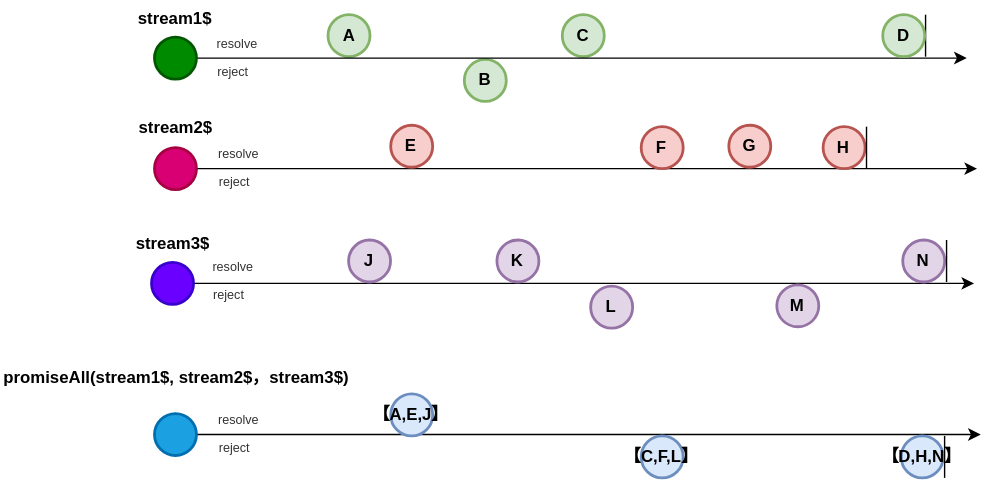
The draw.io diagram docs/public/promiseAll.drawio.svg in fluthjs/fluth-doc, before a commit. Source tidied: cells renumbered, new cells last; positions are measured from the earlier drawing's top-left corner, leaving out a move shared by most shapes. Source of this version:
```xml
<mxGraphModel>
  <root>
    <mxCell id="0" />
    <mxCell id="1" parent="0" />
    <mxCell id="2" style="edgeStyle=orthogonalEdgeStyle;rounded=0;jettySize=auto;html=1;exitX=1;exitY=0.5;exitDx=0;exitDy=0;" parent="1" edge="1" source="5">
      <mxGeometry relative="1" as="geometry">
        <mxPoint x="697.4" y="120" as="targetPoint" />
        <Array as="points">
          <mxPoint x="149.4" y="120" />
        </Array>
      </mxGeometry>
    </mxCell>
    <mxCell id="3" value="&lt;b&gt;stream1$&lt;/b&gt;" style="text;html=1;align=center;verticalAlign=middle;whiteSpace=wrap;rounded=0;" parent="1" vertex="1">
      <mxGeometry x="42.1" width="165" height="26" as="geometry" />
    </mxCell>
    <mxCell id="4" value="&lt;b&gt;stream2$&lt;/b&gt;" style="text;html=1;align=center;verticalAlign=middle;whiteSpace=wrap;rounded=0;" parent="1" vertex="1">
      <mxGeometry x="49.6" y="78" width="150" height="26" as="geometry" />
    </mxCell>
    <mxCell id="5" style="ellipse;whiteSpace=wrap;html=1;strokeWidth=2;fontStyle=1;fillColor=#d80073;fontColor=#ffffff;strokeColor=#A50040;" parent="1" vertex="1">
      <mxGeometry x="109.6" y="105" width="30" height="30" as="geometry" />
    </mxCell>
    <mxCell id="6" value="A" style="ellipse;whiteSpace=wrap;html=1;strokeWidth=2;fontStyle=1;fillColor=#d5e8d4;strokeColor=#82b366;" parent="1" vertex="1">
      <mxGeometry x="233.6" y="10" width="30" height="30" as="geometry" />
    </mxCell>
    <mxCell id="7" value="B" style="ellipse;whiteSpace=wrap;html=1;strokeWidth=2;fontStyle=1;fillColor=#d5e8d4;strokeColor=#82b366;" parent="1" vertex="1">
      <mxGeometry x="331" y="42" width="30" height="30" as="geometry" />
    </mxCell>
    <mxCell id="8" value="C" style="ellipse;whiteSpace=wrap;html=1;strokeWidth=2;fontStyle=1;fillColor=#d5e8d4;strokeColor=#82b366;" parent="1" vertex="1">
      <mxGeometry x="401" y="10" width="30" height="30" as="geometry" />
    </mxCell>
    <mxCell id="9" value="E" style="ellipse;whiteSpace=wrap;html=1;strokeWidth=2;fontStyle=1;fillColor=#f8cecc;strokeColor=#b85450;" parent="1" vertex="1">
      <mxGeometry x="278.4" y="89" width="30" height="30" as="geometry" />
    </mxCell>
    <mxCell id="10" value="F" style="ellipse;whiteSpace=wrap;html=1;strokeWidth=2;fontStyle=1;fillColor=#f8cecc;strokeColor=#b85450;" parent="1" vertex="1">
      <mxGeometry x="457.4" y="90" width="30" height="30" as="geometry" />
    </mxCell>
    <mxCell id="11" value="H" style="ellipse;whiteSpace=wrap;html=1;strokeWidth=2;fontStyle=1;fillColor=#f8cecc;strokeColor=#b85450;" parent="1" vertex="1">
      <mxGeometry x="587.4" y="90" width="30" height="30" as="geometry" />
    </mxCell>
    <mxCell id="12" style="endArrow=none;html=1;rounded=0;strokeWidth=1;" parent="1" edge="1">
      <mxGeometry relative="1" as="geometry">
        <mxPoint x="660.6" y="40" as="sourcePoint" />
        <mxPoint x="660.6" y="10" as="targetPoint" />
      </mxGeometry>
    </mxCell>
    <mxCell id="13" style="endArrow=none;html=1;rounded=0;strokeWidth=1;" parent="1" edge="1">
      <mxGeometry relative="1" as="geometry">
        <mxPoint x="618.4" y="120" as="sourcePoint" />
        <mxPoint x="618.4" y="90" as="targetPoint" />
      </mxGeometry>
    </mxCell>
    <mxCell id="14" value="promiseAll(stream1$, stream2$，stream3$)" style="text;whiteSpace=wrap;strokeWidth=1;fontStyle=1;" parent="1" vertex="1">
      <mxGeometry y="256" width="260" height="32" as="geometry" />
    </mxCell>
    <mxCell id="15" style="edgeStyle=orthogonalEdgeStyle;rounded=0;jettySize=auto;html=1;" parent="1" edge="1" source="16">
      <mxGeometry relative="1" as="geometry">
        <mxPoint x="700" y="310" as="targetPoint" />
      </mxGeometry>
    </mxCell>
    <mxCell id="16" style="ellipse;whiteSpace=wrap;html=1;strokeWidth=2;fontStyle=1;fillColor=#1ba1e2;fontColor=#ffffff;strokeColor=#006EAF;" parent="1" vertex="1">
      <mxGeometry x="109.6" y="295" width="30" height="30" as="geometry" />
    </mxCell>
    <mxCell id="17" value="&lt;span style=&quot;color: rgb(0, 0, 0);&quot;&gt;【A,E,J】&lt;/span&gt;" style="ellipse;whiteSpace=wrap;html=1;strokeWidth=2;fontStyle=1;fillColor=#dae8fc;strokeColor=#6c8ebf;" parent="1" vertex="1">
      <mxGeometry x="278.4" y="281" width="30" height="30" as="geometry" />
    </mxCell>
    <mxCell id="18" value="&lt;span style=&quot;color: rgb(0, 0, 0);&quot;&gt;【C,F,L】&lt;/span&gt;" style="ellipse;whiteSpace=wrap;html=1;strokeWidth=2;fontStyle=1;fillColor=#dae8fc;strokeColor=#6c8ebf;" parent="1" vertex="1">
      <mxGeometry x="457.4" y="311" width="30" height="30" as="geometry" />
    </mxCell>
    <mxCell id="19" value="&lt;span style=&quot;color: rgb(0, 0, 0);&quot;&gt;【D,H,N】&lt;/span&gt;" style="ellipse;whiteSpace=wrap;html=1;strokeWidth=2;fontStyle=1;fillColor=#dae8fc;strokeColor=#6c8ebf;" parent="1" vertex="1">
      <mxGeometry x="643.2" y="311" width="30" height="30" as="geometry" />
    </mxCell>
    <mxCell id="20" style="endArrow=none;html=1;rounded=0;strokeWidth=1;" parent="1" edge="1">
      <mxGeometry relative="1" as="geometry">
        <mxPoint x="674.2" y="341" as="sourcePoint" />
        <mxPoint x="674.2" y="311" as="targetPoint" />
      </mxGeometry>
    </mxCell>
    <mxCell id="21" value="resolve" style="text;html=1;align=center;verticalAlign=middle;whiteSpace=wrap;rounded=0;fontSize=9;fontColor=#333333;" parent="1" vertex="1">
      <mxGeometry x="138.8" y="16" width="60" height="30" as="geometry" />
    </mxCell>
    <mxCell id="22" value="reject" style="text;html=1;align=center;verticalAlign=middle;whiteSpace=wrap;rounded=0;fontSize=9;fontColor=#333333;" parent="1" vertex="1">
      <mxGeometry x="135.8" y="36" width="60" height="30" as="geometry" />
    </mxCell>
    <mxCell id="23" style="edgeStyle=orthogonalEdgeStyle;rounded=0;jettySize=auto;html=1;" parent="1" edge="1" source="24">
      <mxGeometry relative="1" as="geometry">
        <mxPoint x="690" y="41" as="targetPoint" />
      </mxGeometry>
    </mxCell>
    <mxCell id="24" style="ellipse;whiteSpace=wrap;html=1;strokeWidth=2;fontStyle=1;fillColor=#008a00;fontColor=#ffffff;strokeColor=#005700;" parent="1" vertex="1">
      <mxGeometry x="109.6" y="26" width="30" height="30" as="geometry" />
    </mxCell>
    <mxCell id="25" value="resolve" style="text;html=1;align=center;verticalAlign=middle;whiteSpace=wrap;rounded=0;fontSize=9;fontColor=#333333;" parent="1" vertex="1">
      <mxGeometry x="140.3" y="95" width="60" height="30" as="geometry" />
    </mxCell>
    <mxCell id="26" value="reject" style="text;html=1;align=center;verticalAlign=middle;whiteSpace=wrap;rounded=0;fontSize=9;fontColor=#333333;" parent="1" vertex="1">
      <mxGeometry x="137.3" y="115" width="60" height="30" as="geometry" />
    </mxCell>
    <mxCell id="27" value="resolve" style="text;html=1;align=center;verticalAlign=middle;whiteSpace=wrap;rounded=0;fontSize=9;fontColor=#333333;" parent="1" vertex="1">
      <mxGeometry x="140.3" y="285" width="60" height="30" as="geometry" />
    </mxCell>
    <mxCell id="28" value="reject" style="text;html=1;align=center;verticalAlign=middle;whiteSpace=wrap;rounded=0;fontSize=9;fontColor=#333333;" parent="1" vertex="1">
      <mxGeometry x="137.3" y="305" width="60" height="30" as="geometry" />
    </mxCell>
    <mxCell id="29" value="D" style="ellipse;whiteSpace=wrap;html=1;strokeWidth=2;fontStyle=1;fillColor=#d5e8d4;strokeColor=#82b366;" parent="1" vertex="1">
      <mxGeometry x="630" y="10" width="30" height="30" as="geometry" />
    </mxCell>
    <mxCell id="30" value="G" style="ellipse;whiteSpace=wrap;html=1;strokeWidth=2;fontStyle=1;fillColor=#f8cecc;strokeColor=#b85450;" parent="1" vertex="1">
      <mxGeometry x="520" y="89" width="30" height="30" as="geometry" />
    </mxCell>
    <mxCell id="31" style="edgeStyle=orthogonalEdgeStyle;rounded=0;jettySize=auto;html=1;exitX=1;exitY=0.5;exitDx=0;exitDy=0;" parent="1" edge="1" source="33">
      <mxGeometry relative="1" as="geometry">
        <mxPoint x="695.3" y="202" as="targetPoint" />
        <Array as="points">
          <mxPoint x="147.3" y="202" />
        </Array>
      </mxGeometry>
    </mxCell>
    <mxCell id="32" value="&lt;b&gt;stream3$&lt;/b&gt;" style="text;html=1;align=center;verticalAlign=middle;whiteSpace=wrap;rounded=0;" parent="1" vertex="1">
      <mxGeometry x="47.5" y="161" width="150" height="26" as="geometry" />
    </mxCell>
    <mxCell id="33" style="ellipse;whiteSpace=wrap;html=1;strokeWidth=2;fontStyle=1;fillColor=#6a00ff;fontColor=#ffffff;strokeColor=#3700CC;" parent="1" vertex="1">
      <mxGeometry x="107.5" y="187" width="30" height="30" as="geometry" />
    </mxCell>
    <mxCell id="34" value="J" style="ellipse;whiteSpace=wrap;html=1;strokeWidth=2;fontStyle=1;fillColor=#e1d5e7;strokeColor=#9673a6;" parent="1" vertex="1">
      <mxGeometry x="248.3" y="171" width="30" height="30" as="geometry" />
    </mxCell>
    <mxCell id="35" value="K" style="ellipse;whiteSpace=wrap;html=1;strokeWidth=2;fontStyle=1;fillColor=#e1d5e7;strokeColor=#9673a6;" parent="1" vertex="1">
      <mxGeometry x="354.3" y="171" width="30" height="30" as="geometry" />
    </mxCell>
    <mxCell id="36" value="resolve" style="text;html=1;align=center;verticalAlign=middle;whiteSpace=wrap;rounded=0;fontSize=9;fontColor=#333333;" parent="1" vertex="1">
      <mxGeometry x="136" y="176" width="60" height="30" as="geometry" />
    </mxCell>
    <mxCell id="37" value="reject" style="text;html=1;align=center;verticalAlign=middle;whiteSpace=wrap;rounded=0;fontSize=9;fontColor=#333333;" parent="1" vertex="1">
      <mxGeometry x="133" y="196" width="60" height="30" as="geometry" />
    </mxCell>
    <mxCell id="38" value="L" style="ellipse;whiteSpace=wrap;html=1;strokeWidth=2;fontStyle=1;fillColor=#e1d5e7;strokeColor=#9673a6;" parent="1" vertex="1">
      <mxGeometry x="421.3" y="204" width="30" height="30" as="geometry" />
    </mxCell>
    <mxCell id="39" value="M" style="ellipse;whiteSpace=wrap;html=1;strokeWidth=2;fontStyle=1;fillColor=#e1d5e7;strokeColor=#9673a6;" parent="1" vertex="1">
      <mxGeometry x="554.3" y="203" width="30" height="30" as="geometry" />
    </mxCell>
    <mxCell id="40" value="N" style="ellipse;whiteSpace=wrap;html=1;strokeWidth=2;fontStyle=1;fillColor=#e1d5e7;strokeColor=#9673a6;" parent="1" vertex="1">
      <mxGeometry x="644.3" y="171" width="30" height="30" as="geometry" />
    </mxCell>
    <mxCell id="41" style="endArrow=none;html=1;rounded=0;strokeWidth=1;" parent="1" edge="1">
      <mxGeometry relative="1" as="geometry">
        <mxPoint x="675.6" y="201" as="sourcePoint" />
        <mxPoint x="675.6" y="171" as="targetPoint" />
      </mxGeometry>
    </mxCell>
  </root>
</mxGraphModel>
```
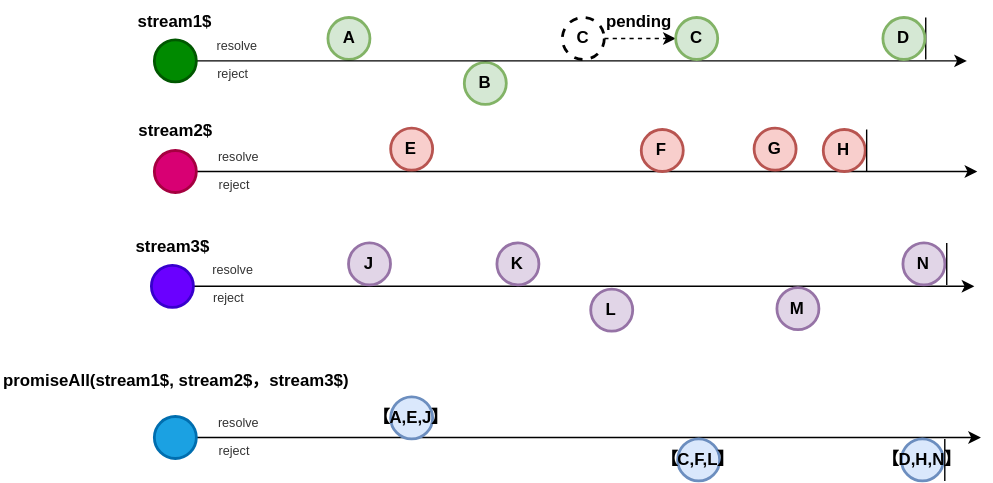
The same file after the commit.

Diff of the diagram source:
```diff
@@ -25,7 +25,10 @@
     <mxCell id="7" value="B" style="ellipse;whiteSpace=wrap;html=1;strokeWidth=2;fontStyle=1;fillColor=#d5e8d4;strokeColor=#82b366;" parent="1" vertex="1">
       <mxGeometry x="331" y="42" width="30" height="30" as="geometry" />
     </mxCell>
+    <mxCell id="42" style="edgeStyle=none;html=1;entryX=0;entryY=0.5;entryDx=0;entryDy=0;dashed=1;" parent="1" edge="1" source="8" target="43">
+      <mxGeometry relative="1" as="geometry" />
+    </mxCell>
-    <mxCell id="8" value="C" style="ellipse;whiteSpace=wrap;html=1;strokeWidth=2;fontStyle=1;fillColor=#d5e8d4;strokeColor=#82b366;" parent="1" vertex="1">
+    <mxCell id="8" value="C" style="ellipse;whiteSpace=wrap;html=1;strokeWidth=2;fontStyle=1;dashed=1;" parent="1" vertex="1">
       <mxGeometry x="401" y="10" width="30" height="30" as="geometry" />
     </mxCell>
     <mxCell id="9" value="E" style="ellipse;whiteSpace=wrap;html=1;strokeWidth=2;fontStyle=1;fillColor=#f8cecc;strokeColor=#b85450;" parent="1" vertex="1">
@@ -64,7 +67,7 @@
       <mxGeometry x="278.4" y="281" width="30" height="30" as="geometry" />
     </mxCell>
     <mxCell id="18" value="&lt;span style=&quot;color: rgb(0, 0, 0);&quot;&gt;【C,F,L】&lt;/span&gt;" style="ellipse;whiteSpace=wrap;html=1;strokeWidth=2;fontStyle=1;fillColor=#dae8fc;strokeColor=#6c8ebf;" parent="1" vertex="1">
-      <mxGeometry x="457.4" y="311" width="30" height="30" as="geometry" />
+      <mxGeometry x="483.4" y="311" width="30" height="30" as="geometry" />
     </mxCell>
     <mxCell id="19" value="&lt;span style=&quot;color: rgb(0, 0, 0);&quot;&gt;【D,H,N】&lt;/span&gt;" style="ellipse;whiteSpace=wrap;html=1;strokeWidth=2;fontStyle=1;fillColor=#dae8fc;strokeColor=#6c8ebf;" parent="1" vertex="1">
       <mxGeometry x="643.2" y="311" width="30" height="30" as="geometry" />
@@ -105,7 +108,7 @@
       <mxGeometry x="630" y="10" width="30" height="30" as="geometry" />
     </mxCell>
     <mxCell id="30" value="G" style="ellipse;whiteSpace=wrap;html=1;strokeWidth=2;fontStyle=1;fillColor=#f8cecc;strokeColor=#b85450;" parent="1" vertex="1">
-      <mxGeometry x="520" y="89" width="30" height="30" as="geometry" />
+      <mxGeometry x="538" y="89" width="30" height="30" as="geometry" />
     </mxCell>
     <mxCell id="31" style="edgeStyle=orthogonalEdgeStyle;rounded=0;jettySize=auto;html=1;exitX=1;exitY=0.5;exitDx=0;exitDy=0;" parent="1" edge="1" source="33">
       <mxGeometry relative="1" as="geometry">
@@ -148,5 +151,11 @@
         <mxPoint x="675.6" y="171" as="targetPoint" />
       </mxGeometry>
     </mxCell>
+    <mxCell id="43" value="C" style="ellipse;whiteSpace=wrap;html=1;strokeWidth=2;fontStyle=1;fillColor=#d5e8d4;strokeColor=#82b366;" parent="1" vertex="1">
+      <mxGeometry x="482" y="10" width="30" height="30" as="geometry" />
+    </mxCell>
+    <mxCell id="44" value="&lt;b&gt;pending&lt;/b&gt;" style="text;html=1;align=center;verticalAlign=middle;whiteSpace=wrap;rounded=0;" parent="1" vertex="1">
+      <mxGeometry x="426" y="-2" width="60" height="30" as="geometry" />
+    </mxCell>
   </root>
 </mxGraphModel>
```
